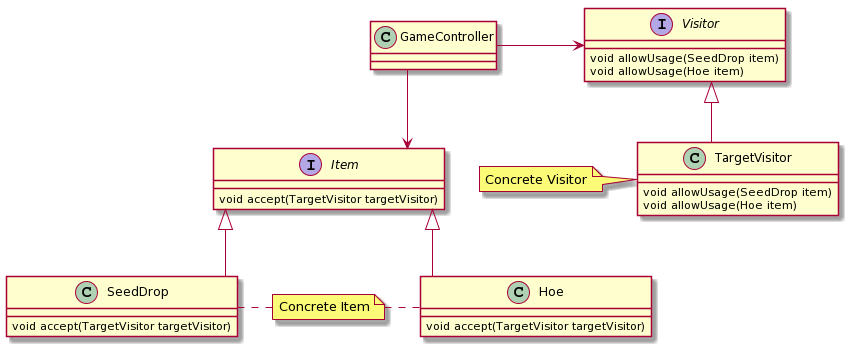
Before: docs/umls/visitor.png, a diagram exported from PlantUML (rafaelribeiro1510/ASCIIValley). Source of this version:
```plantuml
@startuml
skinparam linetype ortho

note "Concrete Visitor" as n1
note "Concrete Item" as n2

class GameController{
}

interface Visitor{
  void allowUsage(SeedDrop item)
  void allowUsage(Hoe item)
}

class TargetVisitor{
  void allowUsage(SeedDrop item)
  void allowUsage(Hoe item)
}

interface Item{
  void accept(TargetVisitor targetVisitor)
}

class Hoe{
  void accept(TargetVisitor targetVisitor)
}

class SeedDrop{
  void accept(TargetVisitor targetVisitor)
}

n1 . TargetVisitor
n2 . Hoe
SeedDrop . n2
Visitor <|--TargetVisitor
Item <|-- Hoe
Item <|-- SeedDrop
GameController->Visitor
GameController-->Item
@enduml
```
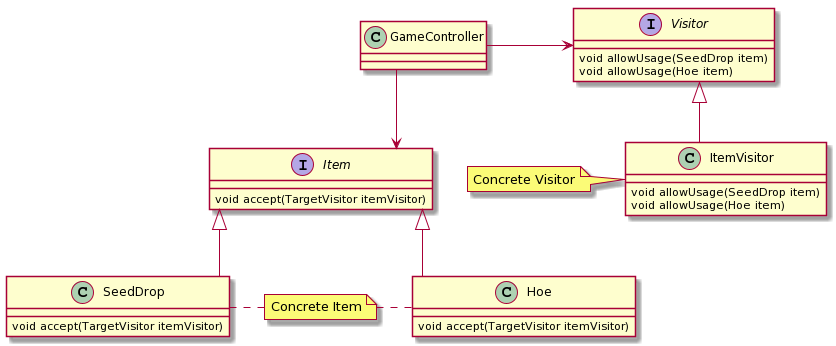
After the change.

What changed in the source:
```diff
@@ -12,27 +12,27 @@
   void allowUsage(Hoe item)
 }
 
-class TargetVisitor{
+class ItemVisitor{
   void allowUsage(SeedDrop item)
   void allowUsage(Hoe item)
 }
 
 interface Item{
-  void accept(TargetVisitor targetVisitor)
+  void accept(TargetVisitor itemVisitor)
 }
 
 class Hoe{
-  void accept(TargetVisitor targetVisitor)
+  void accept(TargetVisitor itemVisitor)
 }
 
 class SeedDrop{
-  void accept(TargetVisitor targetVisitor)
+  void accept(TargetVisitor itemVisitor)
 }
 
-n1 . TargetVisitor
+n1 . ItemVisitor
 n2 . Hoe
 SeedDrop . n2
-Visitor <|--TargetVisitor
+Visitor <|--ItemVisitor
 Item <|-- Hoe
 Item <|-- SeedDrop
 GameController->Visitor
```
